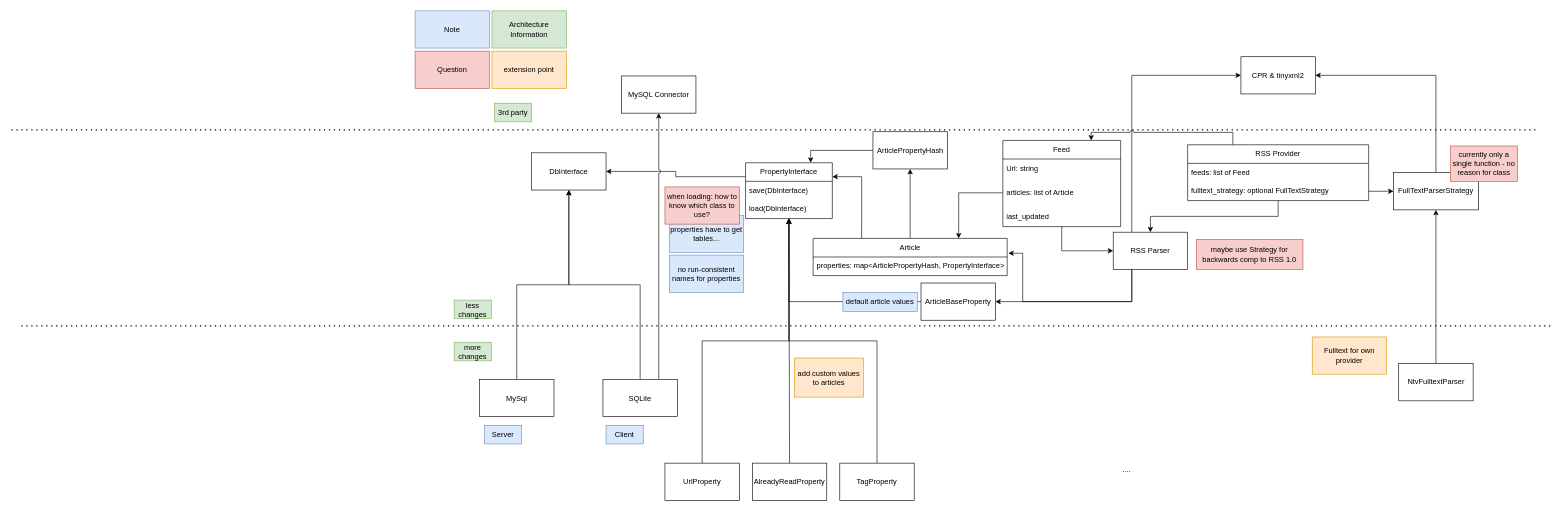
Above: doc/source/img/architecture.drawio in parthux1/feedcat (draw.io), before the change. Source tidied: cells renumbered, new cells numbered last; positions are measured from the earlier drawing's top-left corner, leaving out a move shared by most shapes. Both pictures are drawn from the tidied source at 62%, with x=0, y=0 at pixel (11, 11).
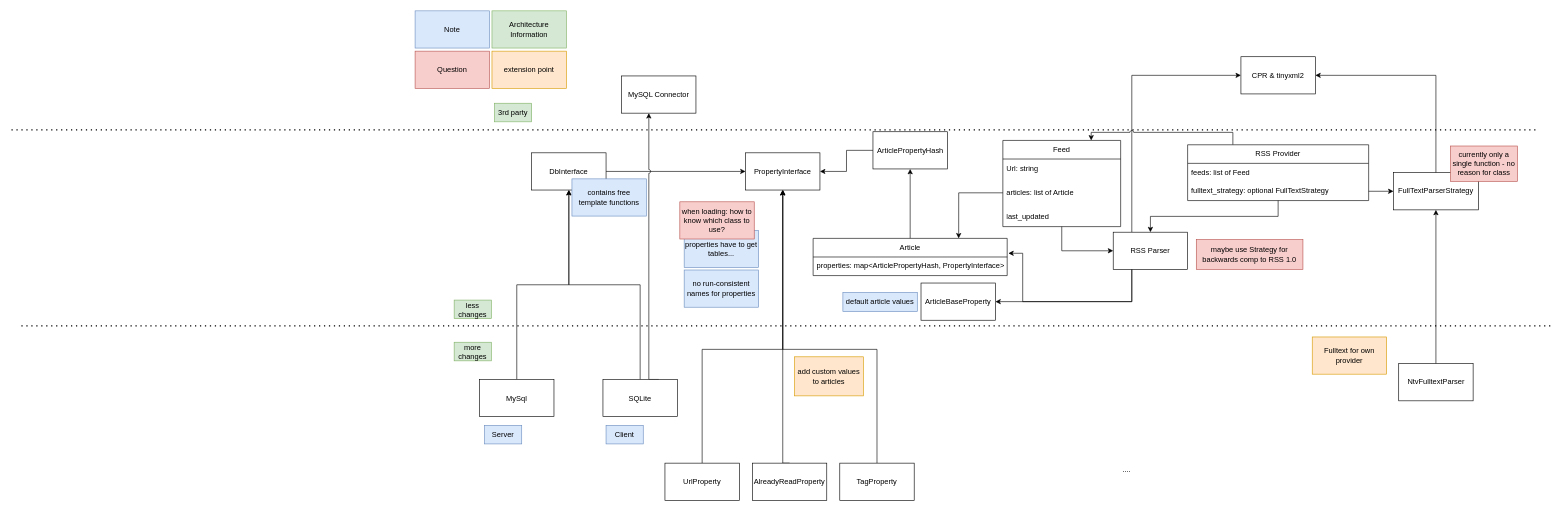
Above is the later version.

Commit message (it also covers changes not shown here):
move free template functions in same file as db interface

The change refers to these unchanged cells:
```xml
<mxCell id="7" value="UrlProperty" style="rounded=0;whiteSpace=wrap;html=1;" parent="1" vertex="1">
  <mxGeometry x="1054" y="729.5" width="120" height="60" as="geometry" />
</mxCell>
<mxCell id="9" value="AlreadyReadProperty" style="rounded=0;whiteSpace=wrap;html=1;" parent="1" vertex="1">
  <mxGeometry x="1195" y="729.5" width="120" height="60" as="geometry" />
</mxCell>
<mxCell id="11" value="TagProperty" style="rounded=0;whiteSpace=wrap;html=1;" parent="1" vertex="1">
  <mxGeometry x="1336" y="729.5" width="120" height="60" as="geometry" />
</mxCell>
<mxCell id="12" value="DbInterface" style="rounded=0;whiteSpace=wrap;html=1;" parent="1" vertex="1">
  <mxGeometry x="839" y="229" width="120" height="60" as="geometry" />
</mxCell>
<mxCell id="22" value="SQLite" style="rounded=0;whiteSpace=wrap;html=1;" parent="1" vertex="1">
  <mxGeometry x="954" y="594.5" width="120" height="60" as="geometry" />
</mxCell>
<mxCell id="30" value="MySQL Connector" style="rounded=0;whiteSpace=wrap;html=1;" parent="1" vertex="1">
  <mxGeometry x="984" y="105" width="120" height="60" as="geometry" />
</mxCell>
<mxCell id="55" value="ArticleBaseProperty" style="rounded=0;whiteSpace=wrap;html=1;" parent="1" vertex="1">
  <mxGeometry x="1467" y="439" width="120" height="60" as="geometry" />
</mxCell>
<mxCell id="60" value="Article" style="swimlane;fontStyle=0;horizontal=1;startSize=30;whiteSpace=wrap;html=1;" parent="1" vertex="1">
  <mxGeometry x="1293" y="367" width="313" height="60" as="geometry" />
</mxCell>
<mxCell id="64" value="ArticlePropertyHash" style="rounded=0;whiteSpace=wrap;html=1;" parent="1" vertex="1">
  <mxGeometry x="1389.5" y="195" width="120" height="60" as="geometry" />
</mxCell>
```

Change to the diagram source:
```diff
@@
-    <mxCell id="6" style="edgeStyle=orthogonalEdgeStyle;rounded=0;jettySize=auto;html=1;exitX=0.5;exitY=0;exitDx=0;exitDy=0;jumpStyle=arc;" parent="1" edge="1" source="7" target="14">
-      <mxGeometry relative="1" as="geometry" />
+    <mxCell id="6" style="edgeStyle=orthogonalEdgeStyle;rounded=0;jettySize=auto;html=1;exitX=0.5;exitY=0;exitDx=0;exitDy=0;entryX=0.5;entryY=1;entryDx=0;entryDy=0;" parent="1" edge="1" source="7" target="14">
+      <mxGeometry relative="1" as="geometry">
+        <Array as="points">
+          <mxPoint x="1114" y="546" />
+          <mxPoint x="1244" y="546" />
+        </Array>
+      </mxGeometry>
     </mxCell>
@@
-    <mxCell id="8" style="edgeStyle=orthogonalEdgeStyle;rounded=0;jettySize=auto;html=1;exitX=0.5;exitY=0;exitDx=0;exitDy=0;jumpStyle=arc;" parent="1" edge="1" source="9" target="14">
-      <mxGeometry relative="1" as="geometry" />
+    <mxCell id="8" style="edgeStyle=orthogonalEdgeStyle;rounded=0;jettySize=auto;html=1;exitX=0.5;exitY=0;exitDx=0;exitDy=0;entryX=0.5;entryY=1;entryDx=0;entryDy=0;" parent="1" edge="1" source="9" target="14">
+      <mxGeometry relative="1" as="geometry">
+        <Array as="points">
+          <mxPoint x="1244" y="730" />
+        </Array>
+      </mxGeometry>
     </mxCell>
@@
-    <mxCell id="10" style="edgeStyle=orthogonalEdgeStyle;rounded=0;jettySize=auto;html=1;exitX=0.5;exitY=0;exitDx=0;exitDy=0;jumpStyle=arc;" parent="1" edge="1" source="11" target="14">
-      <mxGeometry relative="1" as="geometry" />
+    <mxCell id="10" style="edgeStyle=orthogonalEdgeStyle;rounded=0;jettySize=auto;html=1;exitX=0.5;exitY=0;exitDx=0;exitDy=0;entryX=0.5;entryY=1;entryDx=0;entryDy=0;" parent="1" edge="1" source="11" target="14">
+      <mxGeometry relative="1" as="geometry">
+        <Array as="points">
+          <mxPoint x="1396" y="546" />
+          <mxPoint x="1244" y="546" />
+        </Array>
+      </mxGeometry>
     </mxCell>
@@
+    <mxCell id="68" style="edgeStyle=orthogonalEdgeStyle;rounded=0;jettySize=auto;html=1;" parent="1" edge="1" source="12" target="14">
+      <mxGeometry relative="1" as="geometry" />
+    </mxCell>
@@
-    <mxCell id="13" style="edgeStyle=orthogonalEdgeStyle;rounded=0;jettySize=auto;html=1;exitX=0;exitY=0.25;exitDx=0;exitDy=0;" parent="1" edge="1" source="14" target="12">
-      <mxGeometry relative="1" as="geometry" />
-    </mxCell>
-    <mxCell id="14" value="PropertyInterface" style="swimlane;fontStyle=0;horizontal=1;startSize=30;whiteSpace=wrap;html=1;" parent="1" vertex="1">
-      <mxGeometry x="1184" y="245" width="140" height="90" as="geometry" />
-    </mxCell>
-    <mxCell id="15" value="save(DbInterface)" style="text;strokeColor=none;fillColor=none;align=left;verticalAlign=middle;spacingLeft=4;spacingRight=4;overflow=hidden;whiteSpace=wrap;html=1;" parent="14" vertex="1">
-      <mxGeometry y="30" width="140" height="30" as="geometry" />
-    </mxCell>
-    <mxCell id="16" value="load(DbInterface)" style="text;strokeColor=none;fillColor=none;align=left;verticalAlign=middle;spacingLeft=4;spacingRight=4;overflow=hidden;whiteSpace=wrap;html=1;" parent="14" vertex="1">
-      <mxGeometry y="60" width="140" height="30" as="geometry" />
-    </mxCell>
@@
     <mxCell id="21" style="edgeStyle=orthogonalEdgeStyle;rounded=0;jettySize=auto;html=1;exitX=0.75;exitY=0;exitDx=0;exitDy=0;shadow=0;jumpStyle=arc;" parent="1" edge="1" source="22" target="30">
-      <mxGeometry relative="1" as="geometry" />
+      <mxGeometry relative="1" as="geometry">
+        <Array as="points">
+          <mxPoint x="1028" y="594" />
+        </Array>
+      </mxGeometry>
     </mxCell>
@@
     <mxCell id="50" value="add custom values to articles" style="rounded=0;whiteSpace=wrap;html=1;fillColor=#ffe6cc;strokeColor=#d79b00;" parent="1" vertex="1">
-      <mxGeometry x="1263" y="560" width="111" height="63" as="geometry" />
+      <mxGeometry x="1263" y="558" width="111" height="63" as="geometry" />
     </mxCell>
@@
-    <mxCell id="54" style="edgeStyle=orthogonalEdgeStyle;rounded=0;jettySize=auto;html=1;jumpStyle=arc;" parent="1" edge="1" source="55" target="14">
-      <mxGeometry relative="1" as="geometry" />
-    </mxCell>
@@
     <mxCell id="57" value="properties have to get tables..." style="rounded=0;whiteSpace=wrap;html=1;fillColor=#dae8fc;strokeColor=#6c8ebf;" parent="1" vertex="1">
-      <mxGeometry x="1061" y="330" width="120" height="60" as="geometry" />
+      <mxGeometry x="1085" y="354" width="120" height="60" as="geometry" />
     </mxCell>
@@
-    <mxCell id="59" style="edgeStyle=orthogonalEdgeStyle;rounded=0;jettySize=auto;html=1;exitX=0.25;exitY=0;exitDx=0;exitDy=0;entryX=1;entryY=0.25;entryDx=0;entryDy=0;" parent="1" edge="1" source="60" target="14">
-      <mxGeometry relative="1" as="geometry" />
-    </mxCell>
@@
-    <mxCell id="63" style="edgeStyle=orthogonalEdgeStyle;rounded=0;jettySize=auto;html=1;entryX=0.75;entryY=0;entryDx=0;entryDy=0;" parent="1" edge="1" source="64" target="14">
+    <mxCell id="63" style="edgeStyle=orthogonalEdgeStyle;rounded=0;jettySize=auto;html=1;exitX=0;exitY=0.5;exitDx=0;exitDy=0;entryX=1;entryY=0.5;entryDx=0;entryDy=0;" parent="1" edge="1" source="64" target="14">
       <mxGeometry relative="1" as="geometry" />
     </mxCell>
@@
     <mxCell id="65" value="when loading: how to know which class to use?" style="rounded=0;whiteSpace=wrap;html=1;fillColor=#f8cecc;strokeColor=#b85450;" parent="1" vertex="1">
-      <mxGeometry x="1054" y="284" width="120" height="60" as="geometry" />
+      <mxGeometry x="1078" y="308" width="120" height="60" as="geometry" />
     </mxCell>
     <mxCell id="66" value="no run-consistent names for properties" style="rounded=0;whiteSpace=wrap;html=1;fillColor=#dae8fc;strokeColor=#6c8ebf;" parent="1" vertex="1">
-      <mxGeometry x="1061" y="394" width="120" height="60" as="geometry" />
+      <mxGeometry x="1085" y="418" width="120" height="60" as="geometry" />
     </mxCell>
@@
+    <mxCell id="14" value="PropertyInterface" style="rounded=0;whiteSpace=wrap;html=1;" parent="1" vertex="1">
+      <mxGeometry x="1184" y="229" width="120" height="60" as="geometry" />
+    </mxCell>
+    <mxCell id="69" value="contains free template functions" style="rounded=0;whiteSpace=wrap;html=1;fillColor=#dae8fc;strokeColor=#6c8ebf;" parent="1" vertex="1">
+      <mxGeometry x="904" y="271" width="120" height="60" as="geometry" />
+    </mxCell>
```
